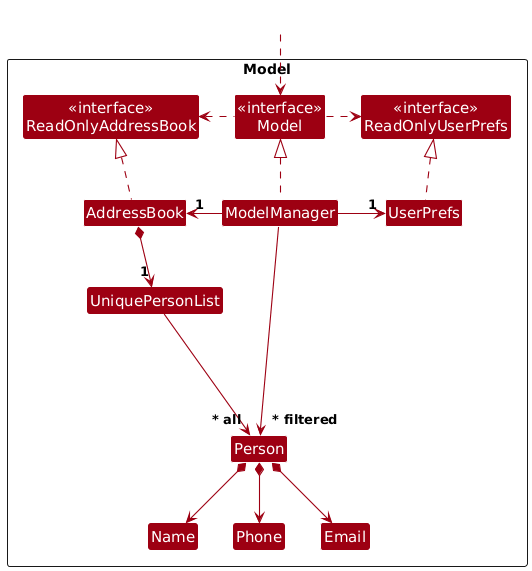
AY2627S1-CS2103T-T14-3/tp keeps this PlantUML diagram as docs/images/ModelClassDiagram.png. Above is the earlier version. Its diagram source:
```plantuml
@startuml
!include style.puml
skinparam arrowThickness 1.1
skinparam arrowColor MODEL_COLOR
skinparam classBackgroundColor MODEL_COLOR

Package Model as ModelPackage <<Rectangle>>{
Class "<<interface>>\nReadOnlyAddressBook" as ReadOnlyAddressBook
Class "<<interface>>\nReadOnlyUserPrefs" as ReadOnlyUserPrefs
Class "<<interface>>\nModel" as Model
Class AddressBook
Class ModelManager
Class UserPrefs

Class UniquePersonList
Class Person
Class Email
Class Name
Class Phone

Class I #FFFFFF
}

Class HiddenOutside #FFFFFF
HiddenOutside ..> Model

AddressBook .up.|> ReadOnlyAddressBook

ModelManager .up.|> Model
Model .right.> ReadOnlyUserPrefs
Model .left.> ReadOnlyAddressBook
ModelManager -left-> "1" AddressBook
ModelManager -right-> "1" UserPrefs
UserPrefs .up.|> ReadOnlyUserPrefs

AddressBook *--> "1" UniquePersonList
UniquePersonList --> "~* all" Person
Person *--> Name
Person *--> Phone
Person *--> Email

Person -[hidden]up--> I
UniquePersonList -[hidden]right-> I

Name -[hidden]right-> Phone
Phone -[hidden]right-> Email

ModelManager --> "~* filtered" Person
@enduml
```
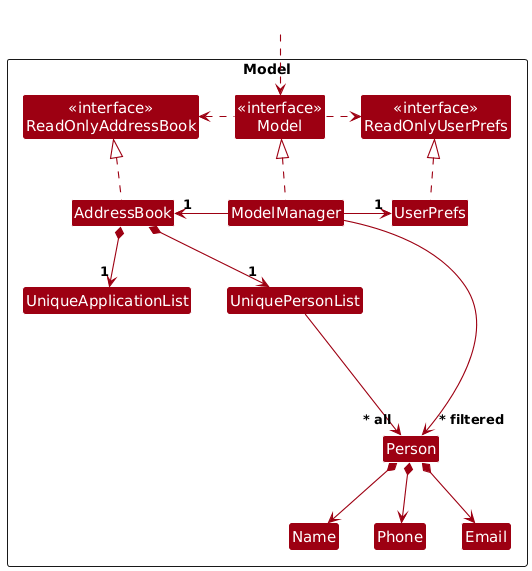
After the commit.

Commit message:
Show application list ownership in model UML

The model diagram omits the application list owned by AddressBook.

Add UniqueApplicationList and its composition relationship, and
regenerate the image to reflect the existing application model.

What changed in the source:
```diff
@@ -13,6 +13,7 @@
 Class UserPrefs
 
 Class UniquePersonList
+Class UniqueApplicationList
 Class Person
 Class Email
 Class Name
@@ -34,6 +35,7 @@
 UserPrefs .up.|> ReadOnlyUserPrefs
 
 AddressBook *--> "1" UniquePersonList
+AddressBook *--> "1" UniqueApplicationList
 UniquePersonList --> "~* all" Person
 Person *--> Name
 Person *--> Phone
```
